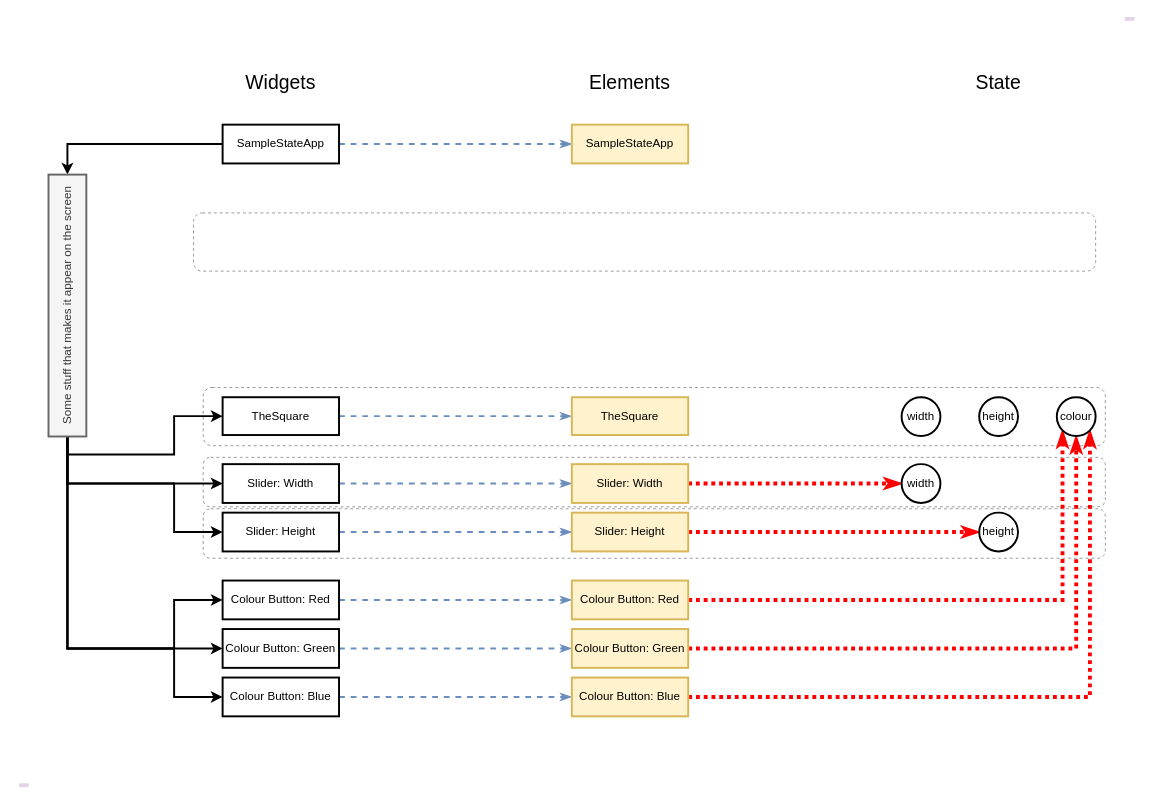
Before: page "hoisted-0" (11 of 11) of docs/diagrams.drawio in michalporeba/flutter-state-show, a draw.io diagram. Source tidied: cells renumbered, new cells numbered last; positions are measured from the earlier drawing's top-left corner, leaving out a move shared by most shapes. Both pictures are drawn from the tidied source at 97%, with x=0, y=0 at pixel (-64, 18).
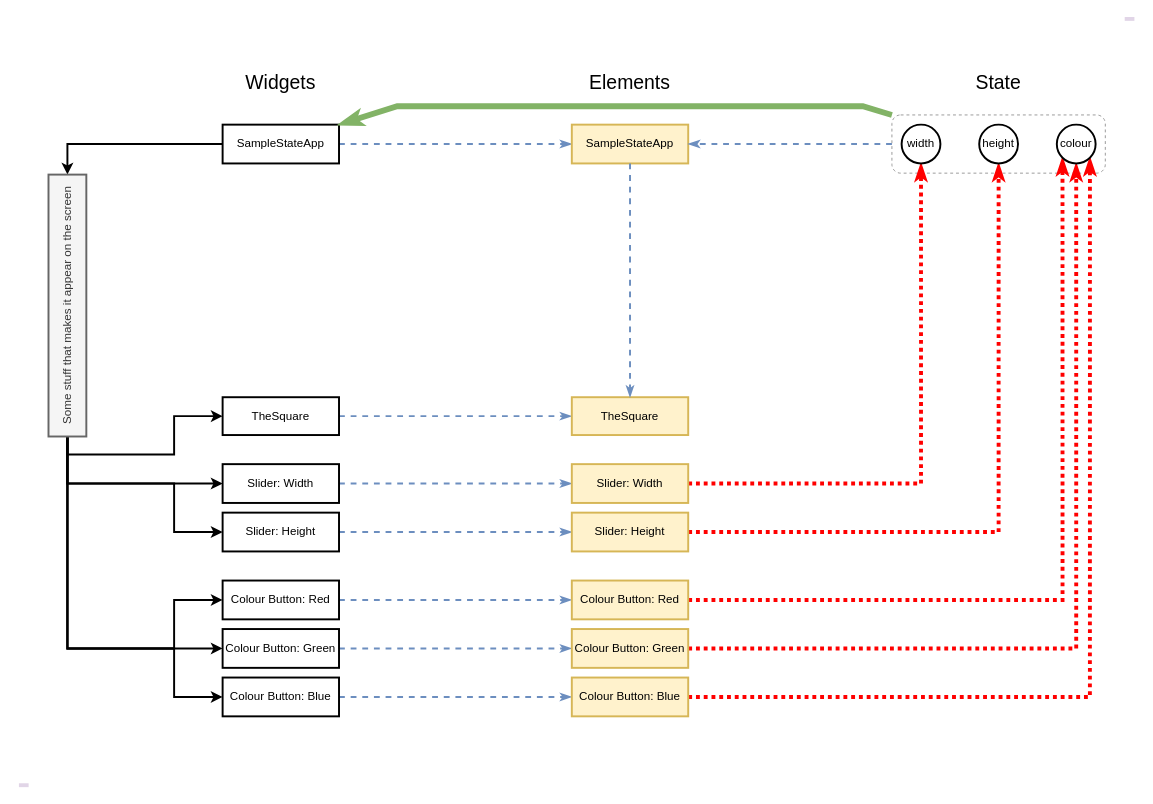
The same page after the edit.

The change refers to these unchanged cells:
```xml
<mxCell id="13" value="SampleStateApp" style="rounded=0;whiteSpace=wrap;html=1;strokeWidth=2;" parent="1" vertex="1">
  <mxGeometry x="295" y="109" width="120" height="40" as="geometry" />
</mxCell>
<mxCell id="39" value="SampleStateApp" style="rounded=0;whiteSpace=wrap;html=1;strokeWidth=2;fillColor=#fff2cc;strokeColor=#d6b656;" parent="1" vertex="1">
  <mxGeometry x="655" y="109" width="120" height="40" as="geometry" />
</mxCell>
<mxCell id="40" value="TheSquare" style="rounded=0;whiteSpace=wrap;html=1;strokeWidth=2;fillColor=#fff2cc;strokeColor=#d6b656;" parent="1" vertex="1">
  <mxGeometry x="655" y="390" width="120" height="39" as="geometry" />
</mxCell>
<mxCell id="41" value="Slider: Width" style="rounded=0;whiteSpace=wrap;html=1;strokeWidth=2;fillColor=#fff2cc;strokeColor=#d6b656;" parent="1" vertex="1">
  <mxGeometry x="655" y="459" width="120" height="40" as="geometry" />
</mxCell>
<mxCell id="43" value="Slider: Height" style="rounded=0;whiteSpace=wrap;html=1;strokeWidth=2;fillColor=#fff2cc;strokeColor=#d6b656;" parent="1" vertex="1">
  <mxGeometry x="655" y="509" width="120" height="40" as="geometry" />
</mxCell>
```

The edit, as a diff of the source:
```diff
@@
-    <mxCell id="2" style="rounded=1;whiteSpace=wrap;html=1;strokeWidth=1;dashed=1;strokeColor=#999999;" parent="1" vertex="1">
-      <mxGeometry x="275" y="452" width="930" height="51" as="geometry" />
-    </mxCell>
-    <mxCell id="3" style="rounded=1;whiteSpace=wrap;html=1;strokeWidth=1;dashed=1;strokeColor=#999999;" parent="1" vertex="1">
-      <mxGeometry x="275" y="505" width="930" height="51" as="geometry" />
-    </mxCell>
-    <mxCell id="4" style="rounded=1;whiteSpace=wrap;html=1;strokeWidth=1;dashed=1;strokeColor=#999999;" parent="1" vertex="1">
-      <mxGeometry x="275" y="380" width="930" height="60" as="geometry" />
-    </mxCell>
+    <mxCell id="49" style="rounded=1;whiteSpace=wrap;html=1;strokeWidth=1;dashed=1;strokeColor=#999999;" parent="1" vertex="1">
+      <mxGeometry x="985" y="99" width="220" height="60" as="geometry" />
+    </mxCell>
@@
-    <mxCell id="16" style="edgeStyle=orthogonalEdgeStyle;rounded=0;jettySize=auto;html=1;endArrow=classicThin;endFill=1;strokeColor=#FF0000;strokeWidth=4;dashed=1;dashPattern=1 1;curved=1;exitX=1;exitY=0.5;exitDx=0;exitDy=0;" parent="1" edge="1" source="41" target="34">
+    <mxCell id="16" style="edgeStyle=orthogonalEdgeStyle;rounded=0;jettySize=auto;html=1;endArrow=classicThin;endFill=1;strokeColor=#FF0000;strokeWidth=4;dashed=1;dashPattern=1 1;exitX=1;exitY=0.5;exitDx=0;exitDy=0;" parent="1" edge="1" source="41" target="31">
       <mxGeometry relative="1" as="geometry" />
     </mxCell>
@@
-    <mxCell id="22" style="edgeStyle=orthogonalEdgeStyle;rounded=0;jettySize=auto;html=1;dashed=1;dashPattern=1 1;endArrow=classicThin;endFill=1;strokeColor=#FF0000;strokeWidth=4;exitX=1;exitY=0.5;exitDx=0;exitDy=0;" parent="1" edge="1" source="43" target="35">
+    <mxCell id="22" style="edgeStyle=orthogonalEdgeStyle;rounded=0;jettySize=auto;html=1;dashed=1;dashPattern=1 1;endArrow=classicThin;endFill=1;strokeColor=#FF0000;strokeWidth=4;exitX=1;exitY=0.5;exitDx=0;exitDy=0;" parent="1" edge="1" source="43" target="32">
       <mxGeometry relative="1" as="geometry" />
     </mxCell>
@@
     <mxCell id="31" value="width" style="ellipse;whiteSpace=wrap;html=1;strokeWidth=2;" parent="1" vertex="1">
-      <mxGeometry x="995" y="390" width="40" height="40" as="geometry" />
+      <mxGeometry x="995" y="109" width="40" height="40" as="geometry" />
     </mxCell>
     <mxCell id="32" value="height" style="ellipse;whiteSpace=wrap;html=1;strokeWidth=2;" parent="1" vertex="1">
-      <mxGeometry x="1075" y="390" width="40" height="40" as="geometry" />
+      <mxGeometry x="1075" y="109" width="40" height="40" as="geometry" />
     </mxCell>
     <mxCell id="33" value="colour" style="ellipse;whiteSpace=wrap;html=1;strokeWidth=2;" parent="1" vertex="1">
-      <mxGeometry x="1155" y="390" width="40" height="40" as="geometry" />
+      <mxGeometry x="1155" y="109" width="40" height="40" as="geometry" />
     </mxCell>
-    <mxCell id="34" value="width" style="ellipse;whiteSpace=wrap;html=1;strokeWidth=2;" parent="1" vertex="1">
-      <mxGeometry x="995" y="459" width="40" height="40" as="geometry" />
-    </mxCell>
-    <mxCell id="35" value="height" style="ellipse;whiteSpace=wrap;html=1;strokeWidth=2;" parent="1" vertex="1">
-      <mxGeometry x="1075" y="509" width="40" height="40" as="geometry" />
-    </mxCell>
@@
-    <mxCell id="49" style="rounded=1;whiteSpace=wrap;html=1;strokeWidth=1;dashed=1;strokeColor=#999999;" parent="1" vertex="1">
-      <mxGeometry x="265" y="200" width="930" height="60" as="geometry" />
-    </mxCell>
+    <mxCell id="50" style="edgeStyle=none;rounded=0;jettySize=auto;html=1;entryX=1;entryY=0.5;entryDx=0;entryDy=0;dashed=1;endArrow=classicThin;endFill=1;strokeColor=#6c8ebf;strokeWidth=2;fillColor=#dae8fc;exitX=0;exitY=0.5;exitDx=0;exitDy=0;" parent="1" edge="1" source="49" target="39">
+      <mxGeometry relative="1" as="geometry" />
+    </mxCell>
+    <mxCell id="51" style="edgeStyle=none;rounded=0;jettySize=auto;html=1;entryX=0.5;entryY=0;entryDx=0;entryDy=0;dashed=1;endArrow=classicThin;endFill=1;strokeColor=#6c8ebf;strokeWidth=2;fillColor=#dae8fc;exitX=0.5;exitY=1;exitDx=0;exitDy=0;" parent="1" edge="1" source="39" target="40">
+      <mxGeometry relative="1" as="geometry" />
+    </mxCell>
+    <mxCell id="52" style="edgeStyle=none;rounded=0;jettySize=auto;html=1;entryX=1;entryY=0;entryDx=0;entryDy=0;fontSize=20;endArrow=classicThin;endFill=1;strokeColor=#82b366;strokeWidth=6;fillColor=#d5e8d4;exitX=0;exitY=0;exitDx=0;exitDy=0;" parent="1" edge="1" source="49" target="13">
+      <mxGeometry relative="1" as="geometry">
+        <Array as="points">
+          <mxPoint x="955" y="90" />
+          <mxPoint x="475" y="90" />
+        </Array>
+      </mxGeometry>
+    </mxCell>
```
